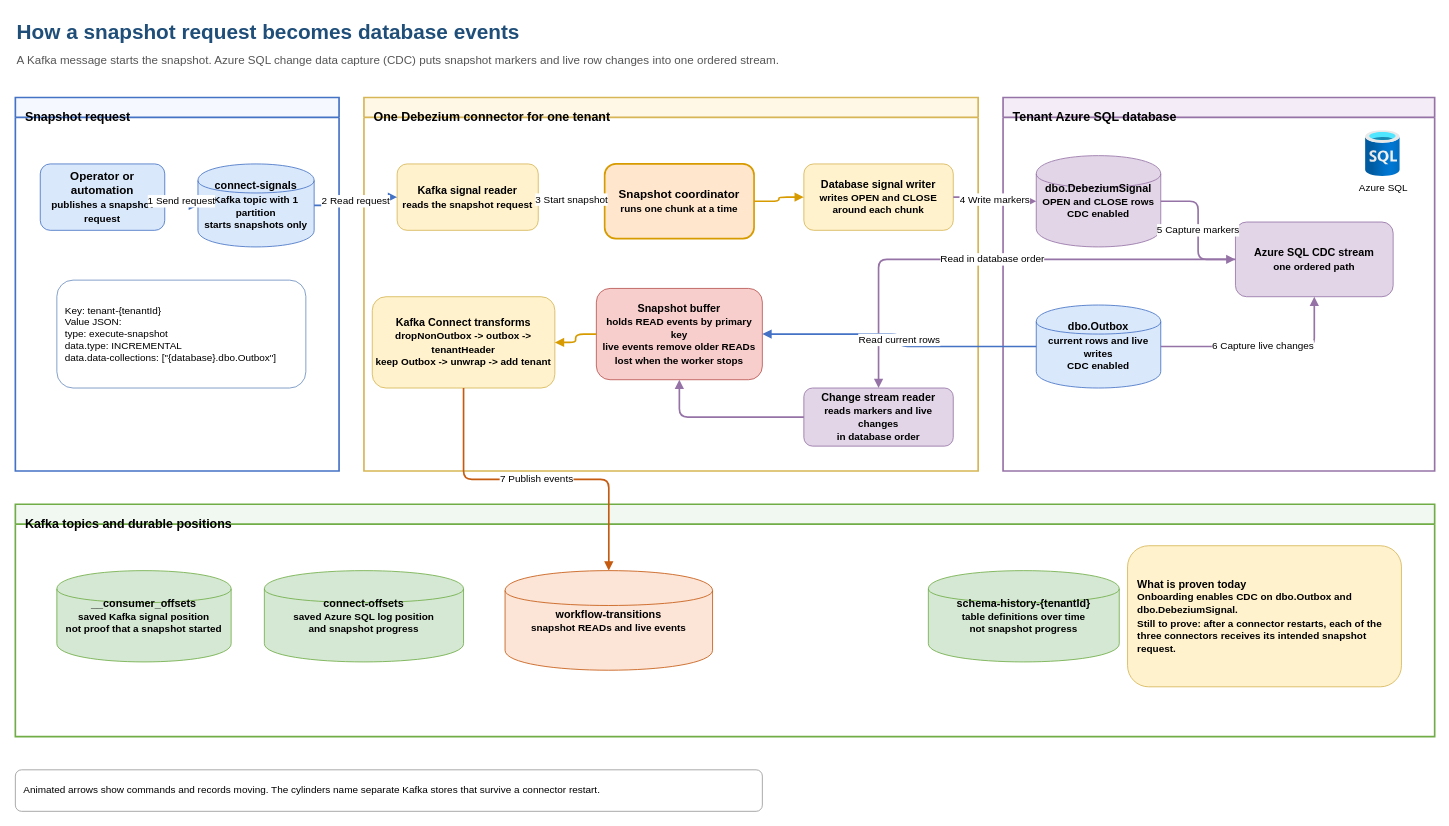
collaborationwithothers/cdc-platform-azure keeps this draw.io diagram as docs/diagrams/incremental-snapshot-channels.drawio. Above is the earlier version. Source tidied: cells renumbered, new cells numbered last; positions are measured from the earlier drawing's top-left corner, leaving out a move shared by most shapes. Both pictures are drawn from the tidied source at 83%, with x=0, y=0 at pixel (15, 14).
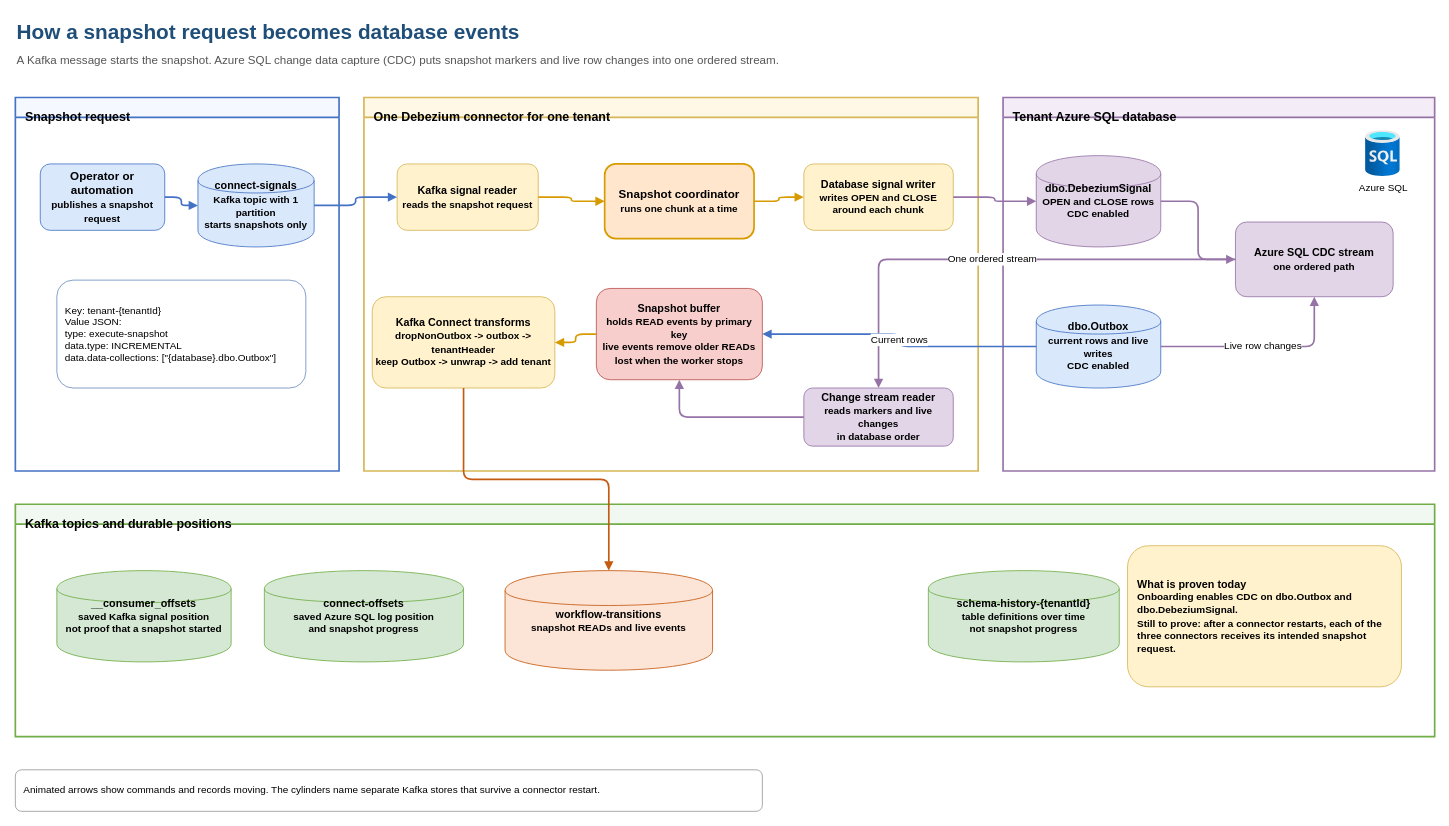
After the change.

Commit message (it also covers changes not shown here):
docs: untangle snapshot diagram paths (#68)

The change refers to these unchanged cells:
```xml
<mxCell id="7" value="Operator or automation&lt;br&gt;&lt;font style=&quot;font-size:12px&quot;&gt;publishes a snapshot request&lt;/font&gt;" style="rounded=1;whiteSpace=wrap;html=1;fillColor=#dae8fc;strokeColor=#4472c4;fontSize=14;fontStyle=1;" parent="4" vertex="1">
  <mxGeometry x="30" y="80" width="150" height="80" as="geometry" />
</mxCell>
<mxCell id="8" value="connect-signals&lt;br&gt;&lt;font style=&quot;font-size:12px&quot;&gt;Kafka topic with 1 partition&lt;br&gt;starts snapshots only&lt;/font&gt;" style="shape=cylinder;whiteSpace=wrap;html=1;fillColor=#dae8fc;strokeColor=#4472c4;fontSize=13;fontStyle=1;" parent="4" vertex="1">
  <mxGeometry x="220" y="80" width="140" height="100" as="geometry" />
</mxCell>
<mxCell id="10" value="Kafka signal reader&lt;br&gt;&lt;font style=&quot;font-size:12px&quot;&gt;reads the snapshot request&lt;/font&gt;" style="rounded=1;whiteSpace=wrap;html=1;fillColor=#fff2cc;strokeColor=#d6b656;fontSize=13;fontStyle=1;" parent="5" vertex="1">
  <mxGeometry x="40" y="80" width="170" height="80" as="geometry" />
</mxCell>
<mxCell id="11" value="Snapshot coordinator&lt;br&gt;&lt;font style=&quot;font-size:12px&quot;&gt;runs one chunk at a time&lt;/font&gt;" style="rounded=1;whiteSpace=wrap;html=1;fillColor=#ffe6cc;strokeColor=#d79b00;strokeWidth=2;fontSize=14;fontStyle=1;" parent="5" vertex="1">
  <mxGeometry x="290" y="80" width="180" height="90" as="geometry" />
</mxCell>
<mxCell id="12" value="Database signal writer&lt;br&gt;&lt;font style=&quot;font-size:12px&quot;&gt;writes OPEN and CLOSE&lt;br&gt;around each chunk&lt;/font&gt;" style="rounded=1;whiteSpace=wrap;html=1;fillColor=#fff2cc;strokeColor=#d6b656;fontSize=13;fontStyle=1;" parent="5" vertex="1">
  <mxGeometry x="530" y="80" width="180" height="80" as="geometry" />
</mxCell>
<mxCell id="13" value="Snapshot buffer&lt;br&gt;&lt;font style=&quot;font-size:12px&quot;&gt;holds READ events by primary key&lt;br&gt;live events remove older READs&lt;br&gt;lost when the worker stops&lt;/font&gt;" style="rounded=1;whiteSpace=wrap;html=1;fillColor=#f8cecc;strokeColor=#b85450;fontSize=13;fontStyle=1;" parent="5" vertex="1">
  <mxGeometry x="280" y="230" width="200" height="110" as="geometry" />
</mxCell>
<mxCell id="14" value="Kafka Connect transforms&lt;br&gt;&lt;font style=&quot;font-size:12px&quot;&gt;dropNonOutbox -&gt; outbox -&gt; tenantHeader&lt;br&gt;keep Outbox -&gt; unwrap -&gt; add tenant&lt;/font&gt;" style="rounded=1;whiteSpace=wrap;html=1;fillColor=#fff2cc;strokeColor=#d6b656;fontSize=13;fontStyle=1;" parent="5" vertex="1">
  <mxGeometry x="10" y="240" width="220" height="110" as="geometry" />
</mxCell>
<mxCell id="15" value="Change stream reader&lt;br&gt;&lt;font style=&quot;font-size:12px&quot;&gt;reads markers and live changes&lt;br&gt;in database order&lt;/font&gt;" style="rounded=1;whiteSpace=wrap;html=1;fillColor=#e1d5e7;strokeColor=#9673a6;fontSize=13;fontStyle=1;" parent="5" vertex="1">
  <mxGeometry x="530" y="350" width="180" height="70" as="geometry" />
</mxCell>
<mxCell id="16" value="dbo.DebeziumSignal&lt;br&gt;&lt;font style=&quot;font-size:12px&quot;&gt;OPEN and CLOSE rows&lt;br&gt;CDC enabled&lt;/font&gt;" style="shape=cylinder;whiteSpace=wrap;html=1;fillColor=#e1d5e7;strokeColor=#9673a6;fontSize=13;fontStyle=1;" parent="6" vertex="1">
  <mxGeometry x="40" y="70" width="150" height="110" as="geometry" />
</mxCell>
<mxCell id="17" value="dbo.Outbox&lt;br&gt;&lt;font style=&quot;font-size:12px&quot;&gt;current rows and live writes&lt;br&gt;CDC enabled&lt;/font&gt;" style="shape=cylinder;whiteSpace=wrap;html=1;fillColor=#dae8fc;strokeColor=#4472c4;fontSize=13;fontStyle=1;" parent="6" vertex="1">
  <mxGeometry x="40" y="250" width="150" height="100" as="geometry" />
</mxCell>
<mxCell id="18" value="Azure SQL CDC stream&lt;br&gt;&lt;font style=&quot;font-size:12px&quot;&gt;one ordered path&lt;/font&gt;" style="rounded=1;whiteSpace=wrap;html=1;fillColor=#e1d5e7;strokeColor=#9673a6;fontSize=13;fontStyle=1;" parent="6" vertex="1">
  <mxGeometry x="280" y="150" width="190" height="90" as="geometry" />
</mxCell>
<mxCell id="23" value="workflow-transitions&lt;br&gt;&lt;font style=&quot;font-size:12px&quot;&gt;snapshot READs and live events&lt;/font&gt;" style="shape=cylinder;whiteSpace=wrap;html=1;fillColor=#fce4d6;strokeColor=#c55a11;fontSize=13;fontStyle=1;" parent="19" vertex="1">
  <mxGeometry x="590" y="80" width="250" height="120" as="geometry" />
</mxCell>
```

Diff of the diagram source:
```diff
@@
-    <mxCell id="25" value="1  Send request" style="edgeStyle=orthogonalEdgeStyle;rounded=1;jettySize=auto;html=1;strokeColor=#4472c4;strokeWidth=2;endArrow=block;flowAnimation=1;fontSize=12;" parent="1" edge="1" source="7" target="8">
+    <mxCell id="25" style="edgeStyle=orthogonalEdgeStyle;rounded=1;jettySize=auto;html=1;strokeColor=#4472c4;strokeWidth=2;endArrow=block;flowAnimation=1;fontSize=12;" parent="1" edge="1" source="7" target="8">
       <mxGeometry relative="1" as="geometry" />
     </mxCell>
-    <mxCell id="26" value="2  Read request" style="edgeStyle=orthogonalEdgeStyle;rounded=1;jettySize=auto;html=1;strokeColor=#4472c4;strokeWidth=2;endArrow=block;flowAnimation=1;fontSize=12;" parent="1" edge="1" source="8" target="10">
+    <mxCell id="26" style="edgeStyle=orthogonalEdgeStyle;rounded=1;jettySize=auto;html=1;strokeColor=#4472c4;strokeWidth=2;endArrow=block;flowAnimation=1;fontSize=12;" parent="1" edge="1" source="8" target="10">
       <mxGeometry relative="1" as="geometry" />
     </mxCell>
-    <mxCell id="27" value="3  Start snapshot" style="edgeStyle=orthogonalEdgeStyle;rounded=1;jettySize=auto;html=1;strokeColor=#d79b00;strokeWidth=2;endArrow=block;flowAnimation=1;fontSize=12;" parent="1" edge="1" source="10" target="11">
+    <mxCell id="27" style="edgeStyle=orthogonalEdgeStyle;rounded=1;jettySize=auto;html=1;strokeColor=#d79b00;strokeWidth=2;endArrow=block;flowAnimation=1;fontSize=12;" parent="1" edge="1" source="10" target="11">
       <mxGeometry relative="1" as="geometry" />
     </mxCell>
-    <mxCell id="28" value="4  Write markers" style="edgeStyle=orthogonalEdgeStyle;rounded=1;jettySize=auto;html=1;strokeColor=#9673a6;strokeWidth=2;endArrow=block;flowAnimation=1;fontSize=12;" parent="1" edge="1" source="12" target="16">
+    <mxCell id="28" style="edgeStyle=orthogonalEdgeStyle;rounded=1;jettySize=auto;html=1;strokeColor=#9673a6;strokeWidth=2;endArrow=block;flowAnimation=1;fontSize=12;" parent="1" edge="1" source="12" target="16">
       <mxGeometry relative="1" as="geometry" />
     </mxCell>
@@
-    <mxCell id="30" value="5  Capture markers" style="edgeStyle=orthogonalEdgeStyle;rounded=1;jettySize=auto;html=1;strokeColor=#9673a6;strokeWidth=2;endArrow=block;flowAnimation=1;fontSize=12;" parent="1" edge="1" source="16" target="18">
+    <mxCell id="30" style="edgeStyle=orthogonalEdgeStyle;rounded=1;jettySize=auto;html=1;strokeColor=#9673a6;strokeWidth=2;endArrow=block;flowAnimation=1;fontSize=12;" parent="1" edge="1" source="16" target="18">
       <mxGeometry relative="1" as="geometry" />
     </mxCell>
-    <mxCell id="31" value="6  Capture live changes" style="edgeStyle=orthogonalEdgeStyle;rounded=1;jettySize=auto;html=1;strokeColor=#9673a6;strokeWidth=2;endArrow=block;flowAnimation=1;fontSize=12;" parent="1" edge="1" source="17" target="18">
+    <mxCell id="31" value="Live row changes" style="edgeStyle=orthogonalEdgeStyle;rounded=1;jettySize=auto;html=1;strokeColor=#9673a6;strokeWidth=2;endArrow=block;flowAnimation=1;fontSize=12;" parent="1" edge="1" source="17" target="18">
       <mxGeometry relative="1" as="geometry" />
     </mxCell>
-    <mxCell id="32" value="Read in database order" style="edgeStyle=orthogonalEdgeStyle;rounded=1;jettySize=auto;html=1;strokeColor=#9673a6;strokeWidth=2;endArrow=block;flowAnimation=1;fontSize=12;" parent="1" edge="1" source="18" target="15">
+    <mxCell id="32" value="One ordered stream" style="edgeStyle=orthogonalEdgeStyle;rounded=1;jettySize=auto;html=1;strokeColor=#9673a6;strokeWidth=2;endArrow=block;flowAnimation=1;fontSize=12;" parent="1" edge="1" source="18" target="15">
       <mxGeometry relative="1" as="geometry" />
     </mxCell>
@@
-    <mxCell id="34" value="Read current rows" style="edgeStyle=orthogonalEdgeStyle;rounded=1;jettySize=auto;html=1;strokeColor=#4472c4;strokeWidth=2;endArrow=block;fontSize=12;" parent="1" edge="1" source="17" target="13">
+    <mxCell id="34" value="Current rows" style="edgeStyle=orthogonalEdgeStyle;rounded=1;jettySize=auto;html=1;strokeColor=#4472c4;strokeWidth=2;endArrow=block;fontSize=12;" parent="1" edge="1" source="17" target="13">
       <mxGeometry relative="1" as="geometry" />
     </mxCell>
@@
-    <mxCell id="36" value="7  Publish events" style="edgeStyle=orthogonalEdgeStyle;rounded=1;jettySize=auto;html=1;strokeColor=#c55a11;strokeWidth=2;endArrow=block;flowAnimation=1;fontSize=12;" parent="1" edge="1" source="14" target="23">
+    <mxCell id="36" style="edgeStyle=orthogonalEdgeStyle;rounded=1;jettySize=auto;html=1;strokeColor=#c55a11;strokeWidth=2;endArrow=block;flowAnimation=1;fontSize=12;" parent="1" edge="1" source="14" target="23">
       <mxGeometry relative="1" as="geometry" />
     </mxCell>
```
